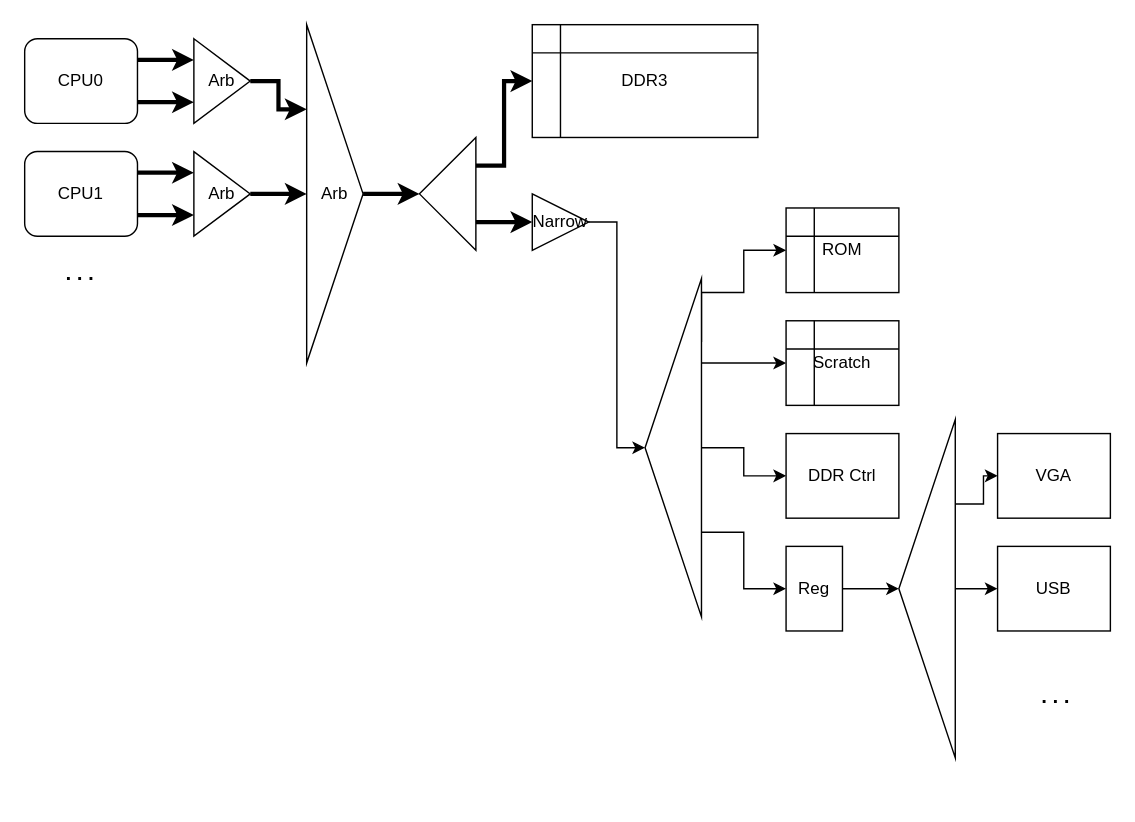
Earlier version of the draw.io diagram design/bus_layout.drawio (LithosphereRocketry/mollusc-arch). Source tidied: cells renumbered, new cells numbered last; positions are measured from the earlier drawing's top-left corner, leaving out a move shared by most shapes. Both pictures are drawn from the tidied source at 141%, with x=0, y=0 at pixel (24, 24).
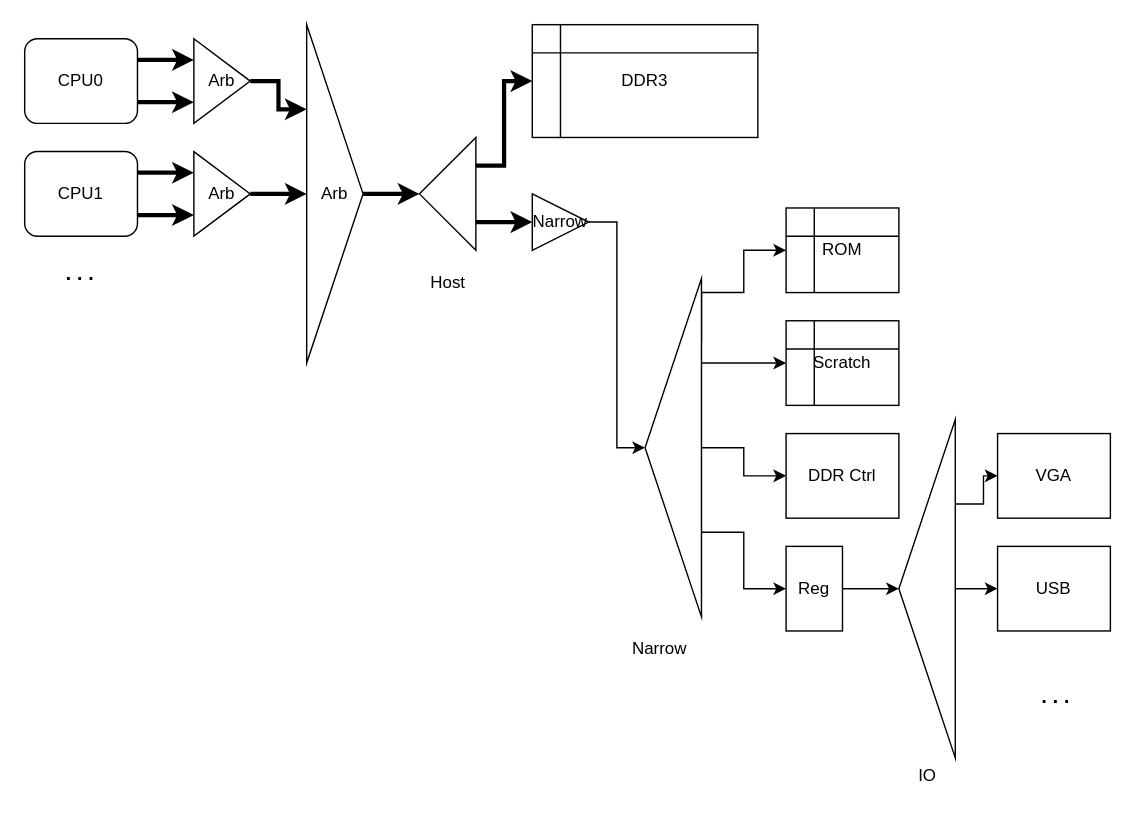
The same diagram, later.

Change to the diagram source:
```diff
@@
+    <mxCell id="37" value="Host" style="text;html=1;align=center;verticalAlign=middle;strokeColor=none;fillColor=none;" parent="1" vertex="1">
+      <mxGeometry x="275" y="168" width="50" height="30" as="geometry" />
+    </mxCell>
+    <mxCell id="38" value="Narrow" style="text;html=1;align=center;verticalAlign=middle;strokeColor=none;fillColor=none;" parent="1" vertex="1">
+      <mxGeometry x="420" y="428" width="60" height="30" as="geometry" />
+    </mxCell>
+    <mxCell id="39" value="IO" style="text;html=1;align=center;verticalAlign=middle;strokeColor=none;fillColor=none;" parent="1" vertex="1">
+      <mxGeometry x="620" y="518" width="40" height="30" as="geometry" />
+    </mxCell>
```
